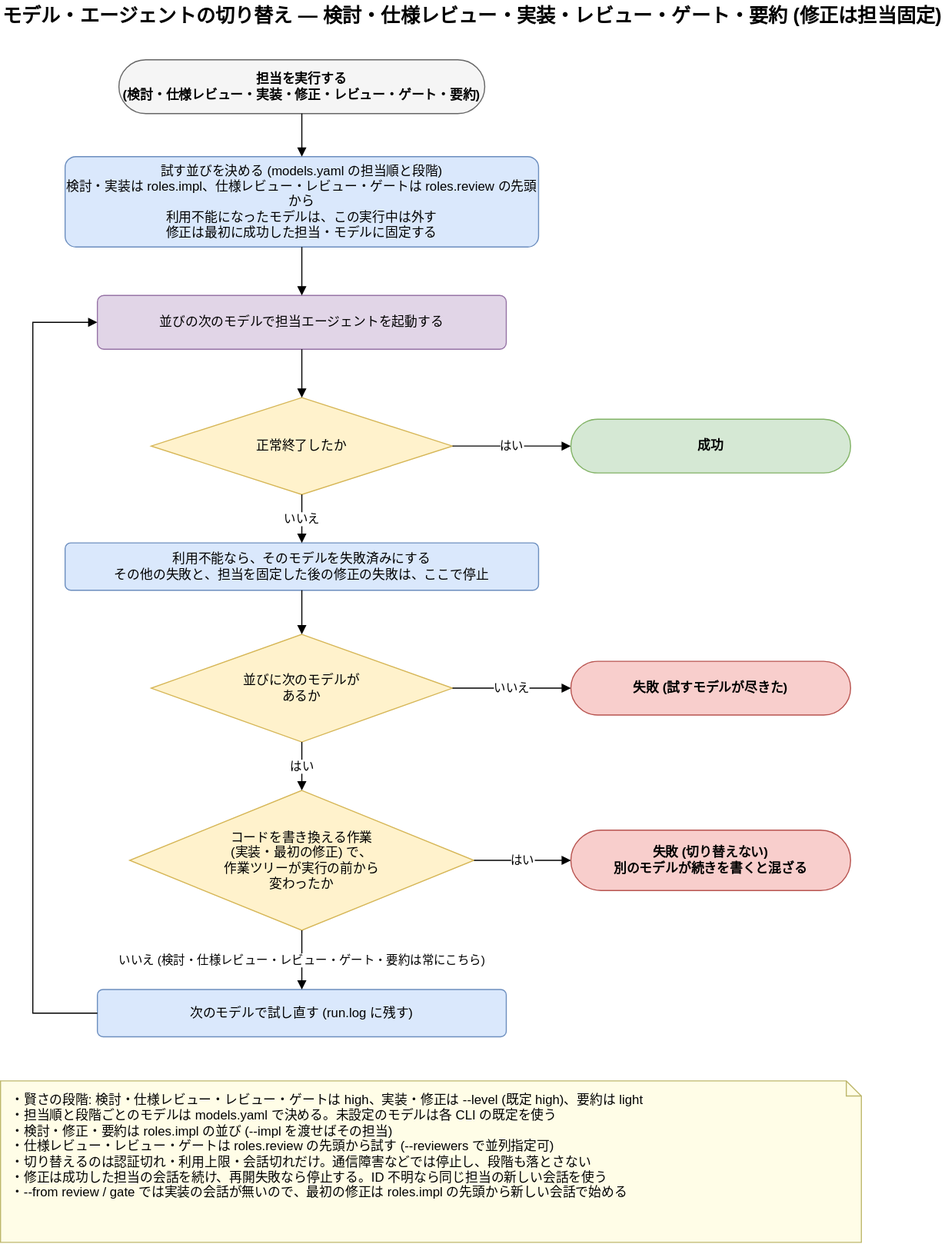
This is docs/autopilot-model-switching.drawio.svg from k-wa-wa/nuage-autopilot5, a draw.io export, as it was before one commit. Source tidied: cells renumbered, new cells last; positions are measured from the earlier drawing's top-left corner, leaving out a move shared by most shapes.
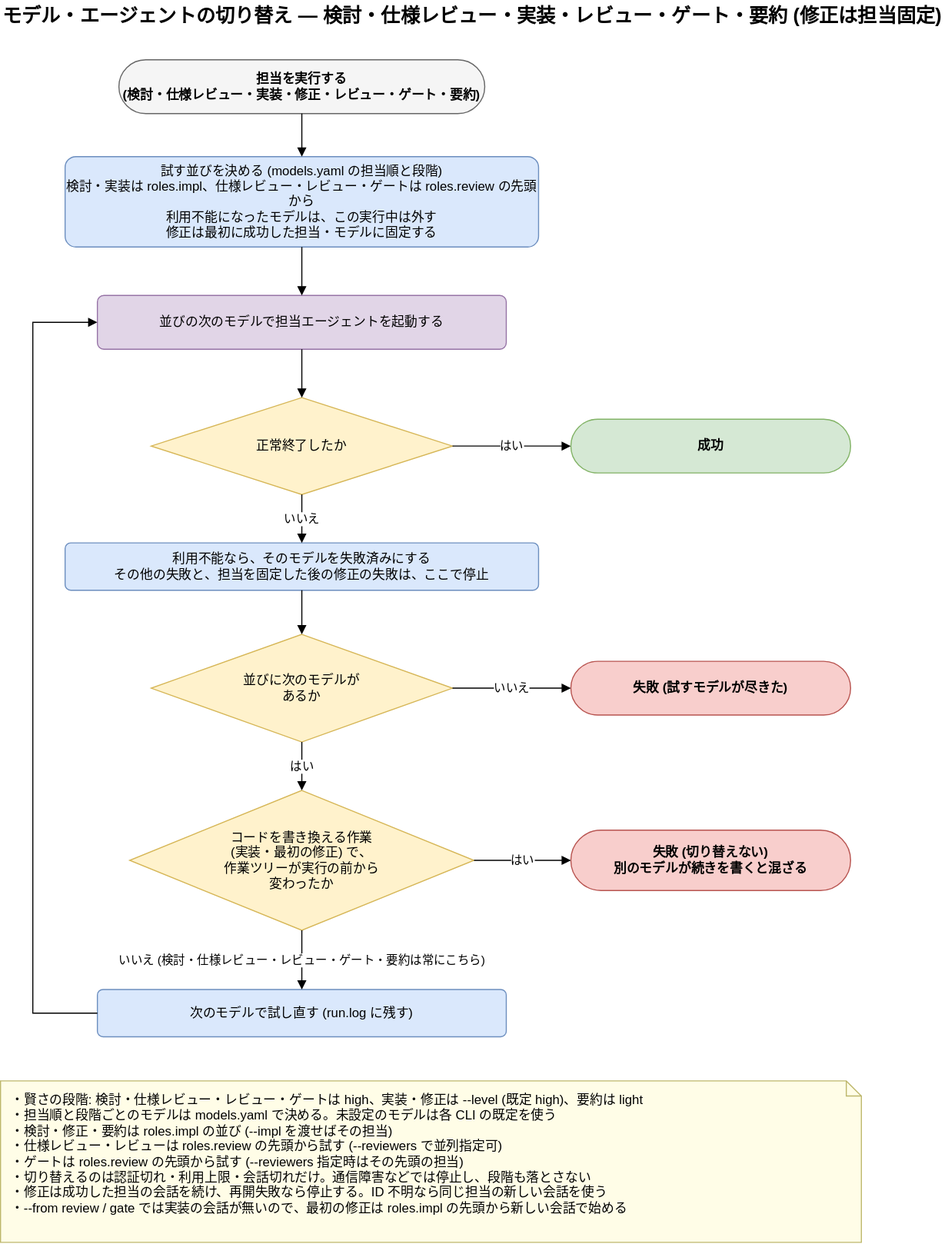
After the commit.

Change to the diagram source:
```diff
@@ -38,7 +38,7 @@
     <mxCell id="13" value="次のモデルで試し直す (run.log に残す)" style="whiteSpace=wrap;html=1;fontSize=12;rounded=1;arcSize=12;fillColor=#dae8fc;strokeColor=#6c8ebf;" parent="1" vertex="1">
       <mxGeometry x="90" y="919" width="380" height="44" as="geometry" />
     </mxCell>
-    <mxCell id="14" value="・賢さの段階: 検討・仕様レビュー・レビュー・ゲートは high、実装・修正は --level (既定 high)、要約は light&lt;br&gt;・担当順と段階ごとのモデルは models.yaml で決める。未設定のモデルは各 CLI の既定を使う&lt;br&gt;・検討・修正・要約は roles.impl の並び (--impl を渡せばその担当)&lt;br&gt;・仕様レビュー・レビュー・ゲートは roles.review の先頭から試す (--reviewers で並列指定可)&lt;br&gt;・切り替えるのは認証切れ・利用上限・会話切れだけ。通信障害などでは停止し、段階も落とさない&lt;br&gt;・修正は成功した担当の会話を続け、再開失敗なら停止する。ID 不明なら同じ担当の新しい会話を使う&lt;br&gt;・--from review / gate では実装の会話が無いので、最初の修正は roles.impl の先頭から新しい会話で始める" style="whiteSpace=wrap;html=1;fontSize=12;shape=note;size=14;fillColor=#fffde7;strokeColor=#bdb76b;align=left;spacingLeft=8;spacingRight=8;verticalAlign=top;spacingTop=4;" parent="1" vertex="1">
+    <mxCell id="14" value="・賢さの段階: 検討・仕様レビュー・レビュー・ゲートは high、実装・修正は --level (既定 high)、要約は light&lt;br&gt;・担当順と段階ごとのモデルは models.yaml で決める。未設定のモデルは各 CLI の既定を使う&lt;br&gt;・検討・修正・要約は roles.impl の並び (--impl を渡せばその担当)&lt;br&gt;・仕様レビュー・レビューは roles.review の先頭から試す (--reviewers で並列指定可)&lt;br&gt;・ゲートは roles.review の先頭から試す (--reviewers 指定時はその先頭の担当)&lt;br&gt;・切り替えるのは認証切れ・利用上限・会話切れだけ。通信障害などでは停止し、段階も落とさない&lt;br&gt;・修正は成功した担当の会話を続け、再開失敗なら停止する。ID 不明なら同じ担当の新しい会話を使う&lt;br&gt;・--from review / gate では実装の会話が無いので、最初の修正は roles.impl の先頭から新しい会話で始める" style="whiteSpace=wrap;html=1;fontSize=12;shape=note;size=14;fillColor=#fffde7;strokeColor=#bdb76b;align=left;spacingLeft=8;spacingRight=8;verticalAlign=top;spacingTop=4;" parent="1" vertex="1">
       <mxGeometry y="1004" width="800" height="150" as="geometry" />
     </mxCell>
     <mxCell id="15" style="edgeStyle=orthogonalEdgeStyle;rounded=0;html=1;fontSize=11;endArrow=block;endFill=1;exitX=0.5;exitY=1;exitDx=0;exitDy=0;entryX=0.5;entryY=0;entryDx=0;entryDy=0;" parent="1" edge="1" source="3" target="4">
```
